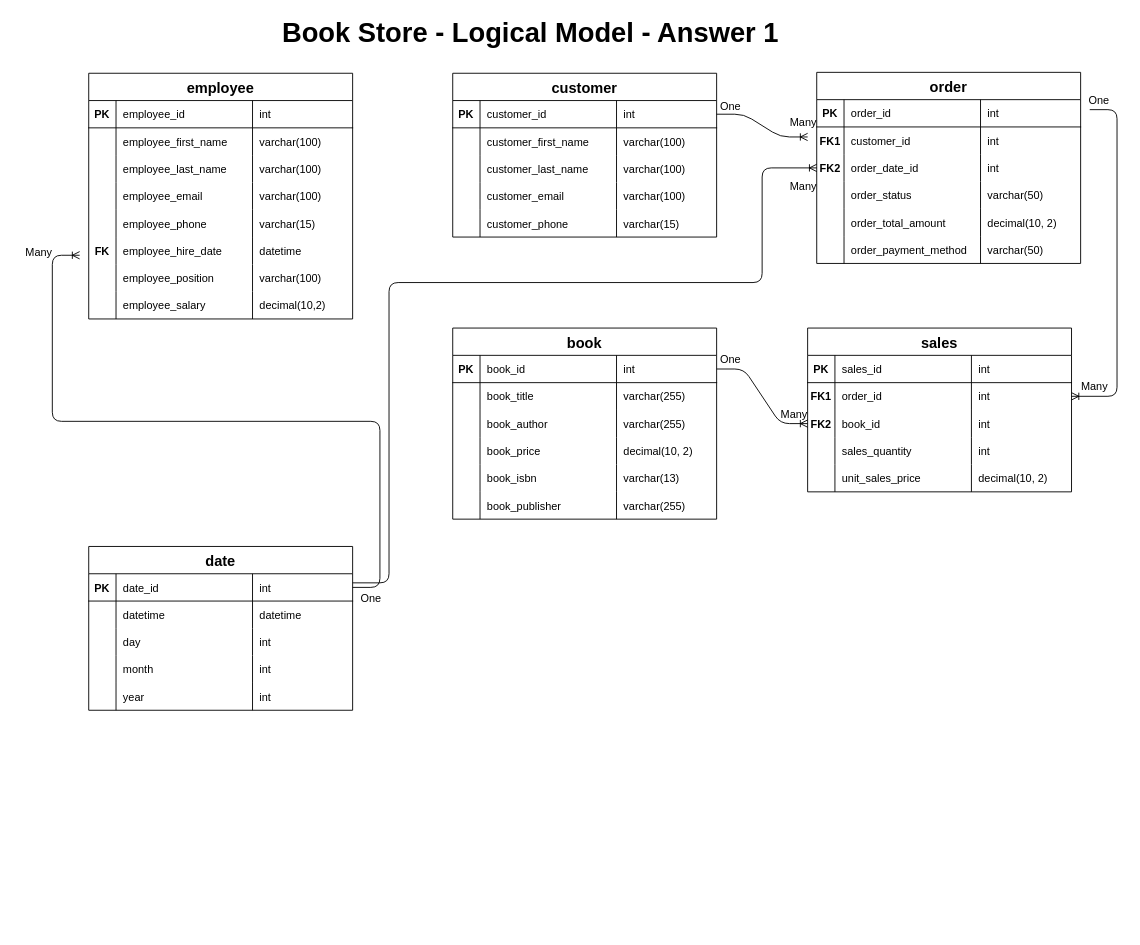
This is 02_activities/assignments/model-design.drawio from mehulptech/sql, a draw.io file, before an edit. Source tidied: cells renumbered, new cells numbered last; positions are measured from the earlier drawing's top-left corner, leaving out a move shared by most shapes. Both pictures are drawn from the tidied source at 91%, with x=0, y=0 at pixel (15, 18).
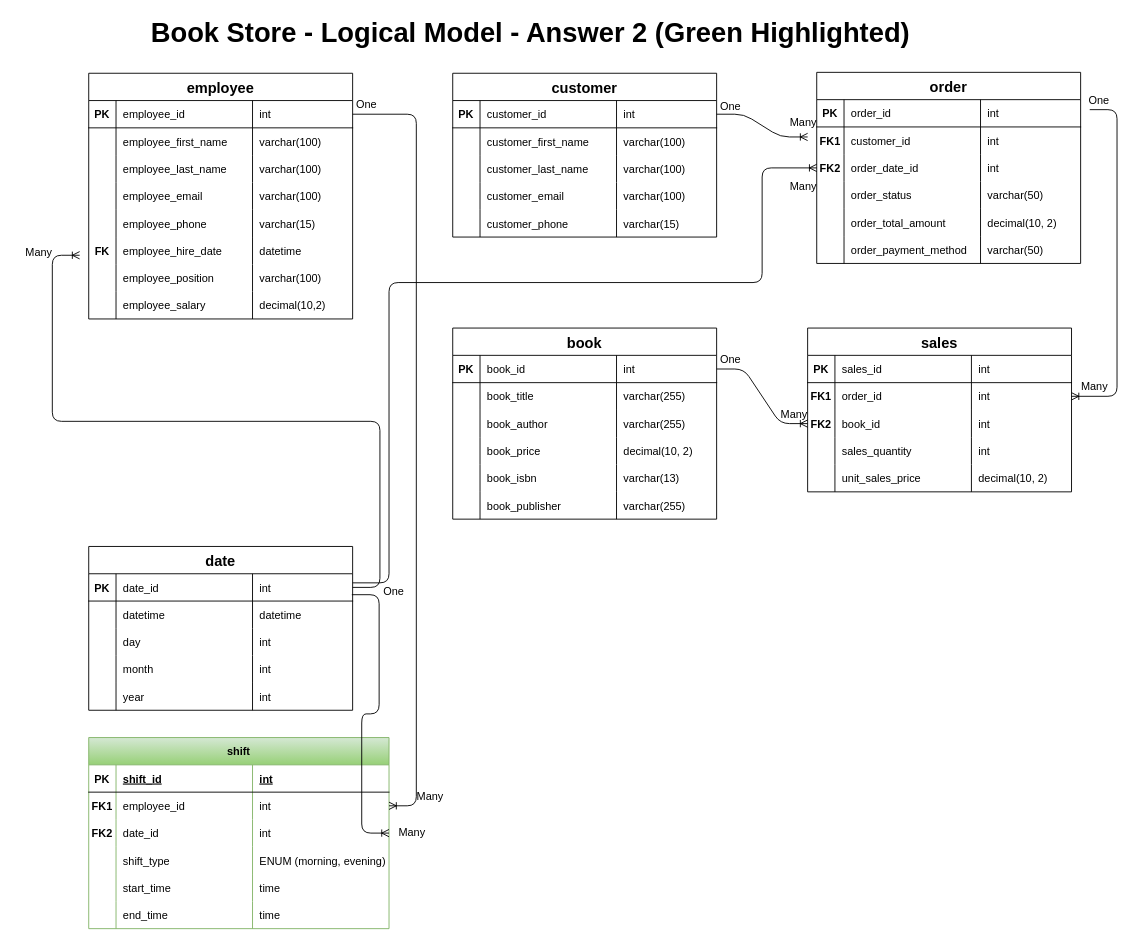
The same diagram, later.

Commit message (it also covers changes not shown here):
Submitting SQL >> Assignment >> Answer 2

The change refers to these unchanged cells:
```xml
<mxCell id="5" style="shape=tableRow;horizontal=0;startSize=0;swimlaneHead=0;swimlaneBody=0;fillColor=none;points=[[0,0.5],[1,0.5]];portConstraint=eastwest;top=0;left=0;right=0;bottom=1;" parent="4" vertex="1">
  <mxGeometry y="30" width="290" height="30" as="geometry" />
</mxCell>
<mxCell id="130" style="shape=tableRow;horizontal=0;startSize=0;swimlaneHead=0;swimlaneBody=0;fillColor=none;points=[[0,0.5],[1,0.5]];portConstraint=eastwest;top=0;left=0;right=0;bottom=1;" parent="129" vertex="1">
  <mxGeometry y="30" width="290" height="30" as="geometry" />
</mxCell>
```

Diff of the diagram source:
```diff
@@
-    <mxCell id="2" value="&lt;font style=&quot;font-size: 30px;&quot;&gt;&lt;b&gt;&amp;nbsp;Book Store - Logical Model - Answer 1&lt;/b&gt;&lt;/font&gt;" style="text;html=1;strokeColor=none;fillColor=none;align=center;verticalAlign=middle;whiteSpace=wrap;rounded=0;" parent="1" vertex="1">
+    <mxCell id="2" value="&lt;font style=&quot;font-size: 30px;&quot;&gt;&lt;b&gt;&amp;nbsp;Book Store - Logical Model - Answer 2 (Green Highlighted)&lt;/b&gt;&lt;/font&gt;" style="text;html=1;strokeColor=none;fillColor=none;align=center;verticalAlign=middle;whiteSpace=wrap;rounded=0;" parent="1" vertex="1">
       <mxGeometry x="73" width="977" height="30" as="geometry" />
     </mxCell>
@@
-    <mxCell id="150" value="&lt;font style=&quot;font-size: 12px;&quot;&gt;One&lt;/font&gt;" style="text;html=1;align=center;verticalAlign=middle;strokeColor=none;fillColor=none;fontSize=16;" parent="3" vertex="1">
-      <mxGeometry x="365" y="620" width="50" height="30" as="geometry" />
-    </mxCell>
@@
+    <mxCell id="164" value="shift" style="shape=table;startSize=30;childLayout=tableLayout;rowLines=0;fontStyle=1;align=center;fontSize=12;strokeColor=#82b366;fillColor=#d5e8d4;gradientColor=#97d077;" parent="3" vertex="1">
+      <mxGeometry x="80" y="790" width="330" height="210" as="geometry" />
+    </mxCell>
+    <mxCell id="165" style="shape=tableRow;horizontal=0;startSize=0;swimlaneHead=0;swimlaneBody=0;fillColor=none;top=0;left=0;right=0;bottom=1;fontSize=12;" parent="164" vertex="1">
+      <mxGeometry y="30" width="330" height="30" as="geometry" />
+    </mxCell>
+    <mxCell id="166" value="PK" style="shape=partialRectangle;fillColor=none;top=0;left=0;bottom=0;right=0;fontStyle=1;overflow=hidden;fontSize=12;" parent="165" vertex="1">
+      <mxGeometry width="30" height="30" as="geometry" />
+    </mxCell>
+    <mxCell id="167" value="shift_id" style="shape=partialRectangle;fillColor=none;top=0;left=0;bottom=0;right=0;align=left;spacingLeft=6;fontStyle=5;overflow=hidden;fontSize=12;" parent="165" vertex="1">
+      <mxGeometry x="30" width="150" height="30" as="geometry" />
+    </mxCell>
+    <mxCell id="168" value="int" style="shape=partialRectangle;fillColor=none;top=0;left=0;bottom=0;right=0;align=left;spacingLeft=6;fontStyle=5;overflow=hidden;fontSize=12;" parent="165" vertex="1">
+      <mxGeometry x="180" width="150" height="30" as="geometry" />
+    </mxCell>
+    <mxCell id="169" style="shape=tableRow;horizontal=0;startSize=0;swimlaneHead=0;swimlaneBody=0;fillColor=none;points=[[0,0.5],[1,0.5]];portConstraint=eastwest;top=0;left=0;right=0;bottom=0;fontSize=12;" parent="164" vertex="1">
+      <mxGeometry y="60" width="330" height="30" as="geometry" />
+    </mxCell>
+    <mxCell id="170" value="FK1" style="shape=partialRectangle;fillColor=none;top=0;left=0;bottom=0;right=0;overflow=hidden;fontSize=12;fontStyle=1;" parent="169" vertex="1">
+      <mxGeometry width="30" height="30" as="geometry" />
+    </mxCell>
+    <mxCell id="171" value="employee_id" style="shape=partialRectangle;fillColor=none;top=0;left=0;bottom=0;right=0;align=left;spacingLeft=6;overflow=hidden;fontSize=12;" parent="169" vertex="1">
+      <mxGeometry x="30" width="150" height="30" as="geometry" />
+    </mxCell>
+    <mxCell id="172" value="int" style="shape=partialRectangle;fillColor=none;top=0;left=0;bottom=0;right=0;align=left;spacingLeft=6;overflow=hidden;fontSize=12;" parent="169" vertex="1">
+      <mxGeometry x="180" width="150" height="30" as="geometry" />
+    </mxCell>
+    <mxCell id="173" style="shape=tableRow;horizontal=0;startSize=0;swimlaneHead=0;swimlaneBody=0;fillColor=none;points=[[0,0.5],[1,0.5]];portConstraint=eastwest;top=0;left=0;right=0;bottom=0;fontSize=12;" parent="164" vertex="1">
+      <mxGeometry y="90" width="330" height="30" as="geometry" />
+    </mxCell>
+    <mxCell id="174" value="FK2" style="shape=partialRectangle;fillColor=none;top=0;left=0;bottom=0;right=0;overflow=hidden;fontSize=12;fontStyle=1;" parent="173" vertex="1">
+      <mxGeometry width="30" height="30" as="geometry" />
+    </mxCell>
+    <mxCell id="175" value="date_id   " style="shape=partialRectangle;fillColor=none;top=0;left=0;bottom=0;right=0;align=left;spacingLeft=6;overflow=hidden;fontSize=12;" parent="173" vertex="1">
+      <mxGeometry x="30" width="150" height="30" as="geometry" />
+    </mxCell>
+    <mxCell id="176" value="int" style="shape=partialRectangle;fillColor=none;top=0;left=0;bottom=0;right=0;align=left;spacingLeft=6;overflow=hidden;fontSize=12;" parent="173" vertex="1">
+      <mxGeometry x="180" width="150" height="30" as="geometry" />
+    </mxCell>
+    <mxCell id="177" style="shape=tableRow;horizontal=0;startSize=0;swimlaneHead=0;swimlaneBody=0;fillColor=none;top=0;left=0;right=0;bottom=0;fontSize=12;" parent="164" vertex="1">
+      <mxGeometry y="120" width="330" height="30" as="geometry" />
+    </mxCell>
+    <mxCell id="178" style="shape=partialRectangle;fillColor=none;top=0;left=0;bottom=0;right=0;overflow=hidden;fontSize=12;" parent="177" vertex="1">
+      <mxGeometry width="30" height="30" as="geometry" />
+    </mxCell>
+    <mxCell id="179" value="shift_type" style="shape=partialRectangle;fillColor=none;top=0;left=0;bottom=0;right=0;align=left;spacingLeft=6;overflow=hidden;fontSize=12;" parent="177" vertex="1">
+      <mxGeometry x="30" width="150" height="30" as="geometry" />
+    </mxCell>
+    <mxCell id="180" value="ENUM (morning, evening)" style="shape=partialRectangle;fillColor=none;top=0;left=0;bottom=0;right=0;align=left;spacingLeft=6;overflow=hidden;fontSize=12;" parent="177" vertex="1">
+      <mxGeometry x="180" width="150" height="30" as="geometry" />
+    </mxCell>
+    <mxCell id="181" style="shape=tableRow;horizontal=0;startSize=0;swimlaneHead=0;swimlaneBody=0;fillColor=none;top=0;left=0;right=0;bottom=0;fontSize=12;" parent="164" vertex="1">
+      <mxGeometry y="150" width="330" height="30" as="geometry" />
+    </mxCell>
+    <mxCell id="182" style="shape=partialRectangle;fillColor=none;top=0;left=0;bottom=0;right=0;overflow=hidden;fontSize=12;" parent="181" vertex="1">
+      <mxGeometry width="30" height="30" as="geometry" />
+    </mxCell>
+    <mxCell id="183" value="start_time" style="shape=partialRectangle;fillColor=none;top=0;left=0;bottom=0;right=0;align=left;spacingLeft=6;overflow=hidden;fontSize=12;" parent="181" vertex="1">
+      <mxGeometry x="30" width="150" height="30" as="geometry" />
+    </mxCell>
+    <mxCell id="184" value="time" style="shape=partialRectangle;fillColor=none;top=0;left=0;bottom=0;right=0;align=left;spacingLeft=6;overflow=hidden;fontSize=12;" parent="181" vertex="1">
+      <mxGeometry x="180" width="150" height="30" as="geometry" />
+    </mxCell>
+    <mxCell id="185" style="shape=tableRow;horizontal=0;startSize=0;swimlaneHead=0;swimlaneBody=0;fillColor=none;top=0;left=0;right=0;bottom=0;fontSize=12;" parent="164" vertex="1">
+      <mxGeometry y="180" width="330" height="30" as="geometry" />
+    </mxCell>
+    <mxCell id="186" style="shape=partialRectangle;fillColor=none;top=0;left=0;bottom=0;right=0;overflow=hidden;fontSize=12;" parent="185" vertex="1">
+      <mxGeometry width="30" height="30" as="geometry" />
+    </mxCell>
+    <mxCell id="187" value="end_time" style="shape=partialRectangle;fillColor=none;top=0;left=0;bottom=0;right=0;align=left;spacingLeft=6;overflow=hidden;fontSize=12;" parent="185" vertex="1">
+      <mxGeometry x="30" width="150" height="30" as="geometry" />
+    </mxCell>
+    <mxCell id="188" value="time" style="shape=partialRectangle;fillColor=none;top=0;left=0;bottom=0;right=0;align=left;spacingLeft=6;overflow=hidden;fontSize=12;" parent="185" vertex="1">
+      <mxGeometry x="180" width="150" height="30" as="geometry" />
+    </mxCell>
+    <mxCell id="189" style="edgeStyle=entityRelationEdgeStyle;fontSize=12;html=1;endArrow=ERoneToMany;rounded=1;exitX=1;exitY=0.5;exitDx=0;exitDy=0;" parent="3" edge="1" source="5" target="169">
+      <mxGeometry relative="1" as="geometry" />
+    </mxCell>
+    <mxCell id="190" value="Many" style="text;html=1;align=center;verticalAlign=middle;strokeColor=none;fillColor=none;fontSize=12;" parent="3" vertex="1">
+      <mxGeometry x="430" y="840" width="50" height="30" as="geometry" />
+    </mxCell>
+    <mxCell id="191" value="One" style="text;html=1;align=center;verticalAlign=middle;strokeColor=none;fillColor=none;fontSize=12;" parent="3" vertex="1">
+      <mxGeometry x="360" y="80" width="50" height="30" as="geometry" />
+    </mxCell>
+    <mxCell id="192" value="One" style="text;html=1;align=center;verticalAlign=middle;strokeColor=none;fillColor=none;fontSize=12;" parent="3" vertex="1">
+      <mxGeometry x="390" y="615" width="50" height="30" as="geometry" />
+    </mxCell>
+    <mxCell id="193" style="edgeStyle=entityRelationEdgeStyle;fontSize=12;html=1;endArrow=ERoneToMany;rounded=1;entryX=1;entryY=0.5;entryDx=0;entryDy=0;exitX=0.997;exitY=0.767;exitDx=0;exitDy=0;exitPerimeter=0;" parent="3" edge="1" source="130" target="173">
+      <mxGeometry relative="1" as="geometry" />
+    </mxCell>
+    <mxCell id="194" value="Many" style="text;html=1;align=center;verticalAlign=middle;strokeColor=none;fillColor=none;fontSize=12;" parent="3" vertex="1">
+      <mxGeometry x="410" y="880" width="50" height="30" as="geometry" />
+    </mxCell>
```
